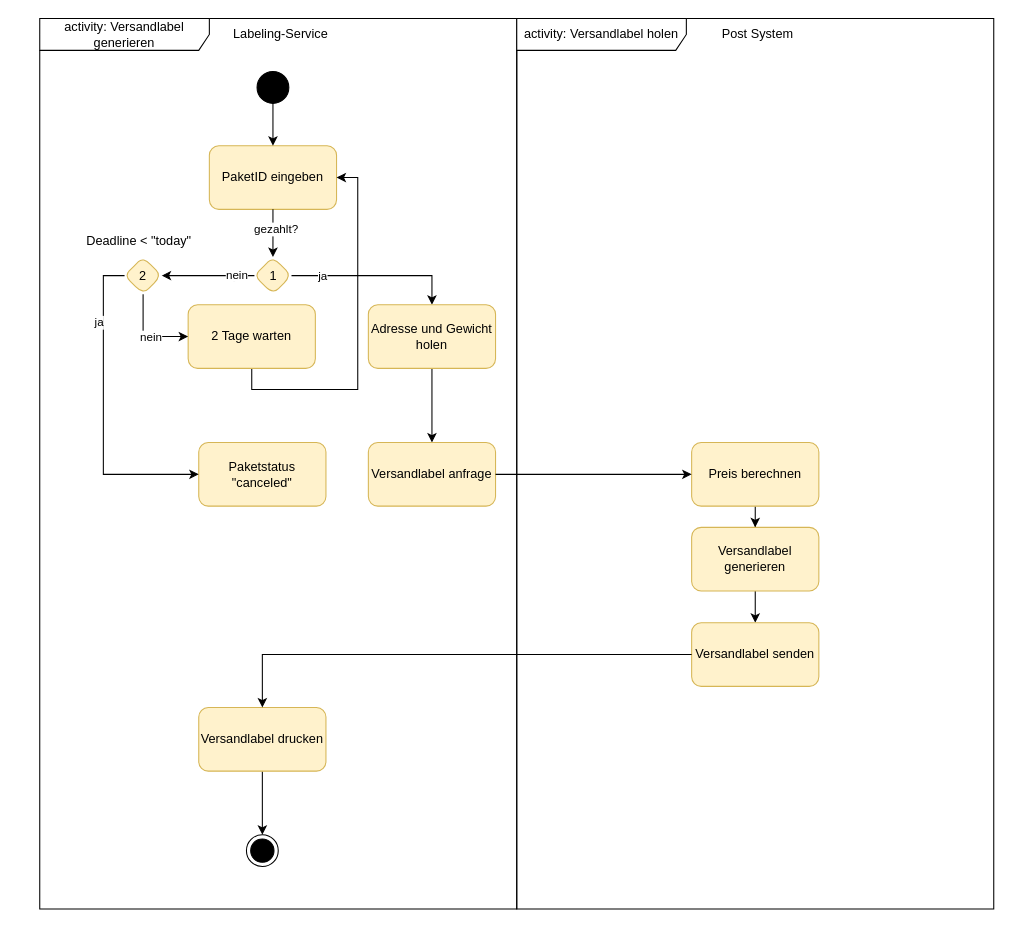
Before: lb_aktivitätssdiagramm-versandlabel_generieren.drawio in ferreric/ffhs_swem, a draw.io diagram. Source tidied: cells renumbered, new cells numbered last; positions are measured from the earlier drawing's top-left corner, leaving out a move shared by most shapes. Both pictures are drawn from the tidied source at 106%, with x=0, y=0 at pixel (39, 18).
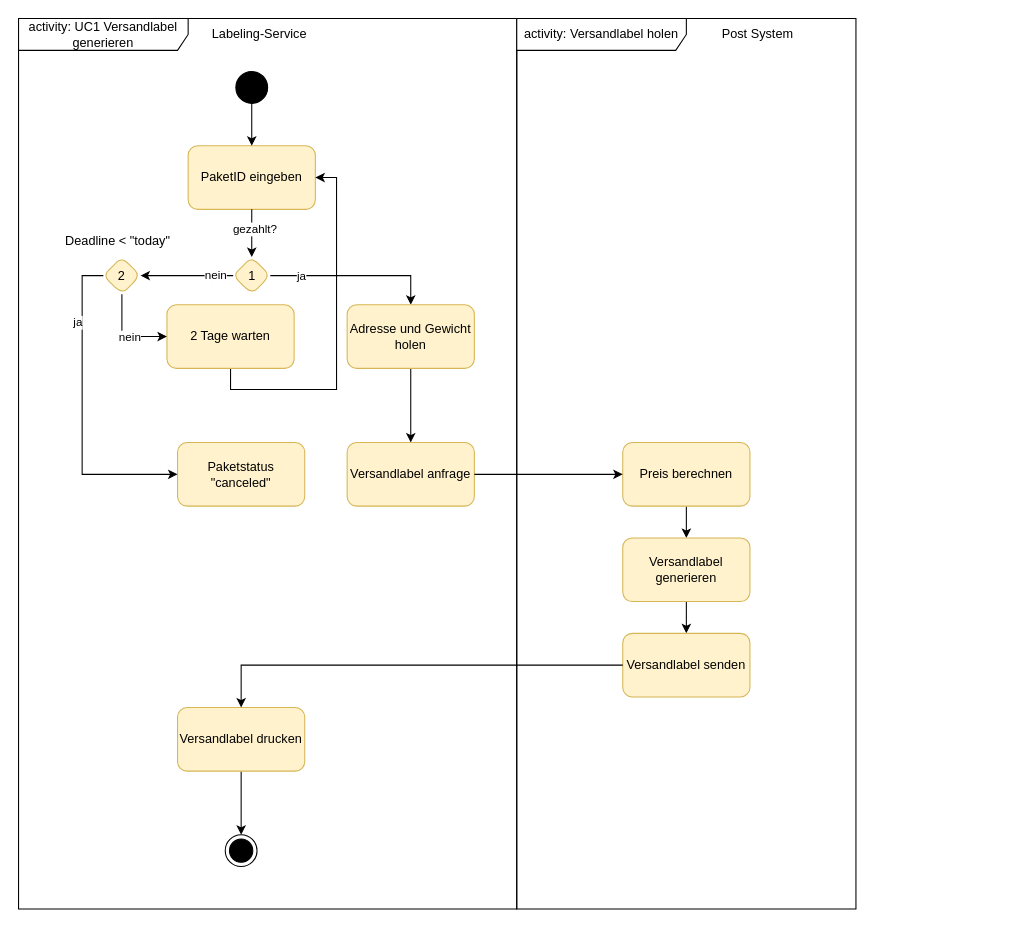
After the change.

What changed in the source:
```diff
@@
-    <mxCell id="2" value="activity: Versandlabel generieren" style="shape=umlFrame;whiteSpace=wrap;html=1;width=160;" parent="1" vertex="1">
-      <mxGeometry width="450" height="840" as="geometry" />
+    <mxCell id="2" value="activity: UC1 Versandlabel generieren" style="shape=umlFrame;whiteSpace=wrap;html=1;width=160;" parent="1" vertex="1">
+      <mxGeometry x="-20" width="470" height="840" as="geometry" />
     </mxCell>
@@
     <mxCell id="31" value="activity: Versandlabel holen" style="shape=umlFrame;whiteSpace=wrap;html=1;width=160;" parent="1" vertex="1">
-      <mxGeometry x="450" width="450" height="840" as="geometry" />
+      <mxGeometry x="450" width="320" height="840" as="geometry" />
     </mxCell>
@@
     <mxCell id="34" value="Preis berechnen" style="whiteSpace=wrap;html=1;fillColor=#fff2cc;strokeColor=#d6b656;rounded=1;" parent="31" vertex="1">
-      <mxGeometry x="165" y="400" width="120" height="60" as="geometry" />
+      <mxGeometry x="100" y="400" width="120" height="60" as="geometry" />
     </mxCell>
@@
     <mxCell id="36" value="Versandlabel generieren" style="whiteSpace=wrap;html=1;fillColor=#fff2cc;strokeColor=#d6b656;rounded=1;" parent="31" vertex="1">
-      <mxGeometry x="165" y="480" width="120" height="60" as="geometry" />
+      <mxGeometry x="100" y="490" width="120" height="60" as="geometry" />
     </mxCell>
     <mxCell id="37" value="Versandlabel senden" style="whiteSpace=wrap;html=1;fillColor=#fff2cc;strokeColor=#d6b656;rounded=1;" parent="31" vertex="1">
-      <mxGeometry x="165" y="570" width="120" height="60" as="geometry" />
+      <mxGeometry x="100" y="580" width="120" height="60" as="geometry" />
     </mxCell>
```
